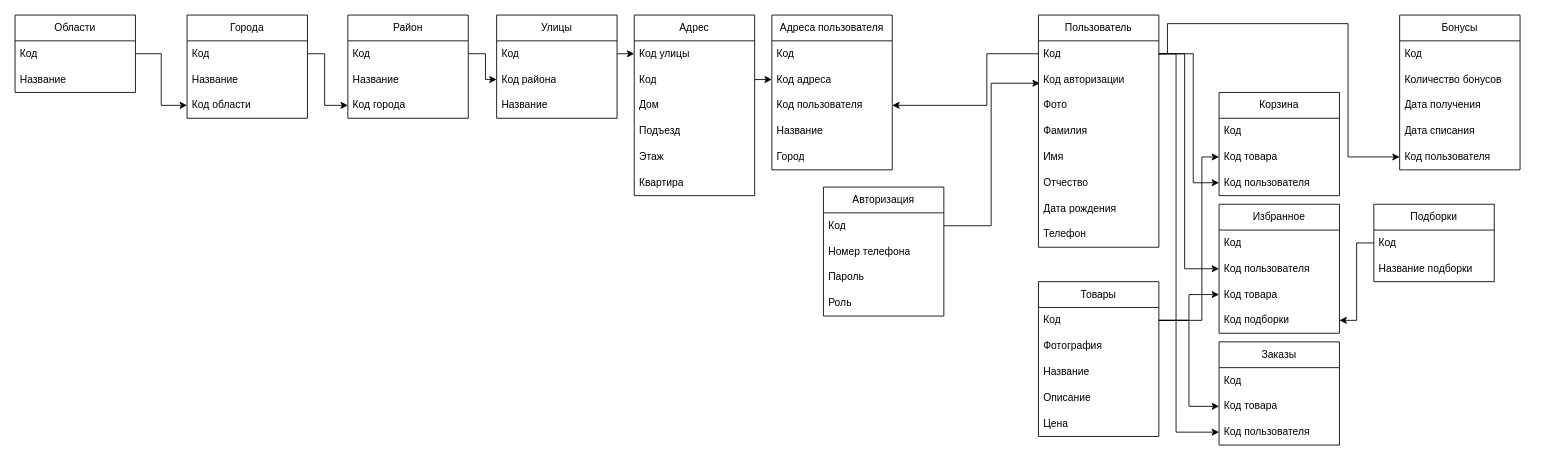
Anasikus/FlowersLife keeps this draw.io diagram as Documents/SchemaBD.drawio. Above is the earlier version. Source tidied: cells renumbered, new cells numbered last; positions are measured from the earlier drawing's top-left corner, leaving out a move shared by most shapes. Both pictures are drawn from the tidied source at 86%, with x=0, y=0 at pixel (15, 15).
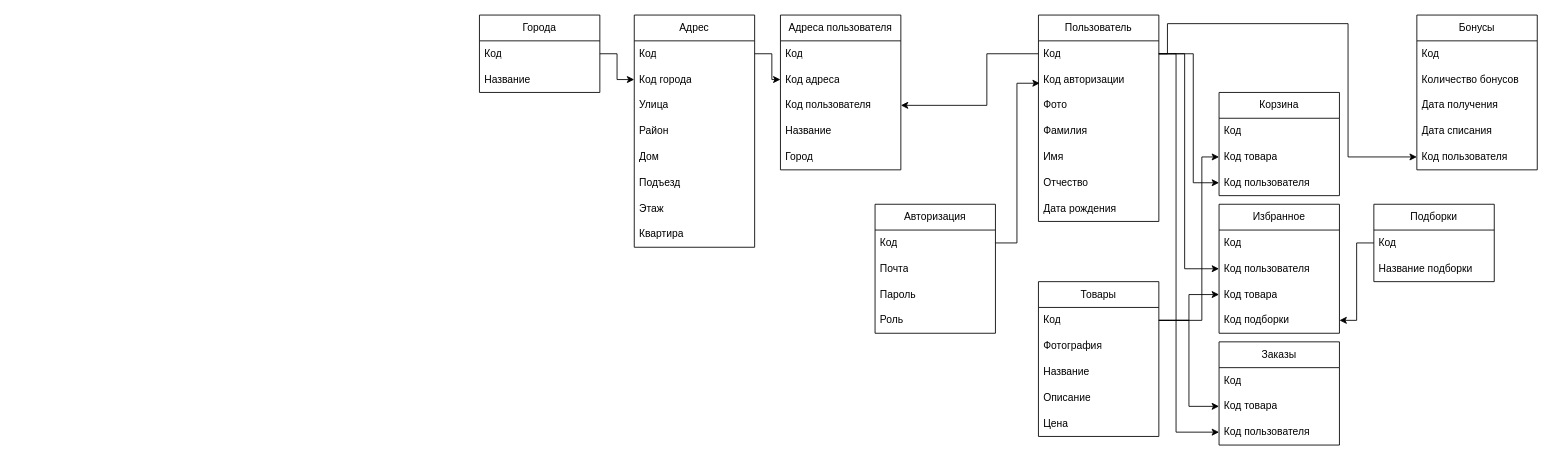
The same diagram, later.

The change refers to these unchanged cells:
```xml
<mxCell id="51" value="Код" style="text;strokeColor=none;fillColor=none;align=left;verticalAlign=middle;spacingLeft=4;spacingRight=4;overflow=hidden;points=[[0,0.5],[1,0.5]];portConstraint=eastwest;whiteSpace=wrap;html=1;" parent="50" vertex="1">
  <mxGeometry y="30" width="140" height="30" as="geometry" />
</mxCell>
```

Diff of the diagram source:
```diff
@@
     <mxCell id="2" value="Авторизация" style="swimlane;fontStyle=0;horizontal=1;startSize=30;whiteSpace=wrap;html=1;" parent="1" vertex="1">
-      <mxGeometry x="940" y="200" width="140" height="150" as="geometry" />
+      <mxGeometry x="1000" y="220" width="140" height="150" as="geometry" />
     </mxCell>
@@
-    <mxCell id="4" value="Номер телефона" style="text;strokeColor=none;fillColor=none;align=left;verticalAlign=middle;spacingLeft=4;spacingRight=4;overflow=hidden;whiteSpace=wrap;html=1;" parent="2" vertex="1">
+    <mxCell id="4" value="Почта" style="text;strokeColor=none;fillColor=none;align=left;verticalAlign=middle;spacingLeft=4;spacingRight=4;overflow=hidden;whiteSpace=wrap;html=1;" parent="2" vertex="1">
       <mxGeometry y="60" width="140" height="30" as="geometry" />
     </mxCell>
@@
     <mxCell id="7" value="Пользователь" style="swimlane;fontStyle=0;horizontal=1;startSize=30;whiteSpace=wrap;html=1;" parent="1" vertex="1">
-      <mxGeometry x="1190" width="140" height="270" as="geometry" />
+      <mxGeometry x="1190" width="140" height="240" as="geometry" />
     </mxCell>
@@
-    <mxCell id="15" value="Телефон" style="text;strokeColor=none;fillColor=none;align=left;verticalAlign=middle;spacingLeft=4;spacingRight=4;overflow=hidden;whiteSpace=wrap;html=1;" parent="7" vertex="1">
-      <mxGeometry y="240" width="140" height="30" as="geometry" />
-    </mxCell>
@@
     <mxCell id="20" value="Адреса пользователя" style="swimlane;fontStyle=0;horizontal=1;startSize=30;whiteSpace=wrap;html=1;" parent="1" vertex="1">
-      <mxGeometry x="880" width="140" height="180" as="geometry" />
+      <mxGeometry x="890" width="140" height="180" as="geometry" />
     </mxCell>
@@
-    <mxCell id="47" value="Области" style="swimlane;fontStyle=0;horizontal=1;startSize=30;whiteSpace=wrap;html=1;" parent="1" vertex="1">
-      <mxGeometry width="140" height="90" as="geometry" />
-    </mxCell>
-    <mxCell id="48" value="Код" style="text;strokeColor=none;fillColor=none;align=left;verticalAlign=middle;spacingLeft=4;spacingRight=4;overflow=hidden;points=[[0,0.5],[1,0.5]];portConstraint=eastwest;whiteSpace=wrap;html=1;" parent="47" vertex="1">
-      <mxGeometry y="30" width="140" height="30" as="geometry" />
-    </mxCell>
-    <mxCell id="49" value="Название" style="text;strokeColor=none;fillColor=none;align=left;verticalAlign=middle;spacingLeft=4;spacingRight=4;overflow=hidden;whiteSpace=wrap;html=1;" parent="47" vertex="1">
-      <mxGeometry y="60" width="140" height="30" as="geometry" />
-    </mxCell>
     <mxCell id="50" value="Города" style="swimlane;fontStyle=0;horizontal=1;startSize=30;whiteSpace=wrap;html=1;" parent="1" vertex="1">
-      <mxGeometry x="200" width="140" height="120" as="geometry" />
+      <mxGeometry x="540" width="140" height="90" as="geometry" />
     </mxCell>
@@
-    <mxCell id="53" value="Код области" style="text;strokeColor=none;fillColor=none;align=left;verticalAlign=middle;spacingLeft=4;spacingRight=4;overflow=hidden;points=[[0,0.5],[1,0.5]];portConstraint=eastwest;whiteSpace=wrap;html=1;" parent="50" vertex="1">
-      <mxGeometry y="90" width="140" height="30" as="geometry" />
-    </mxCell>
+    <mxCell id="62" value="Адрес" style="swimlane;fontStyle=0;horizontal=1;startSize=30;whiteSpace=wrap;html=1;" parent="1" vertex="1">
+      <mxGeometry x="720" width="140" height="270" as="geometry" />
+    </mxCell>
+    <mxCell id="64" value="Код" style="text;strokeColor=none;fillColor=none;align=left;verticalAlign=middle;spacingLeft=4;spacingRight=4;overflow=hidden;points=[[0,0.5],[1,0.5]];portConstraint=eastwest;whiteSpace=wrap;html=1;" parent="62" vertex="1">
+      <mxGeometry y="30" width="140" height="30" as="geometry" />
+    </mxCell>
+    <mxCell id="57" value="Код города" style="text;strokeColor=none;fillColor=none;align=left;verticalAlign=middle;spacingLeft=4;spacingRight=4;overflow=hidden;points=[[0,0.5],[1,0.5]];portConstraint=eastwest;whiteSpace=wrap;html=1;" parent="62" vertex="1">
+      <mxGeometry y="60" width="140" height="30" as="geometry" />
+    </mxCell>
+    <mxCell id="87" value="Улица" style="text;strokeColor=none;fillColor=none;align=left;verticalAlign=middle;spacingLeft=4;spacingRight=4;overflow=hidden;whiteSpace=wrap;html=1;" parent="62" vertex="1">
+      <mxGeometry y="90" width="140" height="30" as="geometry" />
+    </mxCell>
-    <mxCell id="54" value="Район" style="swimlane;fontStyle=0;horizontal=1;startSize=30;whiteSpace=wrap;html=1;" parent="1" vertex="1">
-      <mxGeometry x="387" width="140" height="120" as="geometry" />
+    <mxCell id="54" value="Район" style="text;strokeColor=none;fillColor=none;align=left;verticalAlign=middle;spacingLeft=4;spacingRight=4;overflow=hidden;whiteSpace=wrap;html=1;" parent="62" vertex="1">
+      <mxGeometry y="120" width="140" height="30" as="geometry" />
     </mxCell>
-    <mxCell id="55" value="Код" style="text;strokeColor=none;fillColor=none;align=left;verticalAlign=middle;spacingLeft=4;spacingRight=4;overflow=hidden;points=[[0,0.5],[1,0.5]];portConstraint=eastwest;whiteSpace=wrap;html=1;" parent="54" vertex="1">
-      <mxGeometry y="30" width="140" height="30" as="geometry" />
-    </mxCell>
-    <mxCell id="56" value="Название" style="text;strokeColor=none;fillColor=none;align=left;verticalAlign=middle;spacingLeft=4;spacingRight=4;overflow=hidden;whiteSpace=wrap;html=1;" parent="54" vertex="1">
-      <mxGeometry y="60" width="140" height="30" as="geometry" />
-    </mxCell>
-    <mxCell id="57" value="Код города" style="text;strokeColor=none;fillColor=none;align=left;verticalAlign=middle;spacingLeft=4;spacingRight=4;overflow=hidden;points=[[0,0.5],[1,0.5]];portConstraint=eastwest;whiteSpace=wrap;html=1;" parent="54" vertex="1">
-      <mxGeometry y="90" width="140" height="30" as="geometry" />
-    </mxCell>
-    <mxCell id="58" value="Улицы" style="swimlane;fontStyle=0;horizontal=1;startSize=30;whiteSpace=wrap;html=1;" parent="1" vertex="1">
-      <mxGeometry x="560" width="140" height="120" as="geometry" />
-    </mxCell>
-    <mxCell id="59" value="Код" style="text;strokeColor=none;fillColor=none;align=left;verticalAlign=middle;spacingLeft=4;spacingRight=4;overflow=hidden;points=[[0,0.5],[1,0.5]];portConstraint=eastwest;whiteSpace=wrap;html=1;" parent="58" vertex="1">
-      <mxGeometry y="30" width="140" height="30" as="geometry" />
-    </mxCell>
-    <mxCell id="60" value="Код района" style="text;strokeColor=none;fillColor=none;align=left;verticalAlign=middle;spacingLeft=4;spacingRight=4;overflow=hidden;points=[[0,0.5],[1,0.5]];portConstraint=eastwest;whiteSpace=wrap;html=1;" parent="58" vertex="1">
-      <mxGeometry y="60" width="140" height="30" as="geometry" />
-    </mxCell>
-    <mxCell id="61" value="Название" style="text;strokeColor=none;fillColor=none;align=left;verticalAlign=middle;spacingLeft=4;spacingRight=4;overflow=hidden;whiteSpace=wrap;html=1;" parent="58" vertex="1">
-      <mxGeometry y="90" width="140" height="30" as="geometry" />
-    </mxCell>
-    <mxCell id="62" value="Адрес" style="swimlane;fontStyle=0;horizontal=1;startSize=30;whiteSpace=wrap;html=1;" parent="1" vertex="1">
-      <mxGeometry x="720" width="140" height="210" as="geometry" />
-    </mxCell>
-    <mxCell id="63" value="Код улицы" style="text;strokeColor=none;fillColor=none;align=left;verticalAlign=middle;spacingLeft=4;spacingRight=4;overflow=hidden;points=[[0,0.5],[1,0.5]];portConstraint=eastwest;whiteSpace=wrap;html=1;" parent="62" vertex="1">
-      <mxGeometry y="30" width="140" height="30" as="geometry" />
-    </mxCell>
-    <mxCell id="64" value="Код" style="text;strokeColor=none;fillColor=none;align=left;verticalAlign=middle;spacingLeft=4;spacingRight=4;overflow=hidden;points=[[0,0.5],[1,0.5]];portConstraint=eastwest;whiteSpace=wrap;html=1;" parent="62" vertex="1">
-      <mxGeometry y="60" width="140" height="30" as="geometry" />
-    </mxCell>
     <mxCell id="65" value="Дом" style="text;strokeColor=none;fillColor=none;align=left;verticalAlign=middle;spacingLeft=4;spacingRight=4;overflow=hidden;whiteSpace=wrap;html=1;" parent="62" vertex="1">
-      <mxGeometry y="90" width="140" height="30" as="geometry" />
+      <mxGeometry y="150" width="140" height="30" as="geometry" />
     </mxCell>
     <mxCell id="66" value="Подъезд" style="text;strokeColor=none;fillColor=none;align=left;verticalAlign=middle;spacingLeft=4;spacingRight=4;overflow=hidden;whiteSpace=wrap;html=1;" parent="62" vertex="1">
-      <mxGeometry y="120" width="140" height="30" as="geometry" />
+      <mxGeometry y="180" width="140" height="30" as="geometry" />
     </mxCell>
     <mxCell id="67" value="Этаж" style="text;strokeColor=none;fillColor=none;align=left;verticalAlign=middle;spacingLeft=4;spacingRight=4;overflow=hidden;whiteSpace=wrap;html=1;" parent="62" vertex="1">
-      <mxGeometry y="150" width="140" height="30" as="geometry" />
+      <mxGeometry y="210" width="140" height="30" as="geometry" />
     </mxCell>
     <mxCell id="68" value="Квартира" style="text;strokeColor=none;fillColor=none;align=left;verticalAlign=middle;spacingLeft=4;spacingRight=4;overflow=hidden;whiteSpace=wrap;html=1;" parent="62" vertex="1">
-      <mxGeometry y="180" width="140" height="30" as="geometry" />
+      <mxGeometry y="240" width="140" height="30" as="geometry" />
     </mxCell>
-    <mxCell id="69" style="edgeStyle=orthogonalEdgeStyle;rounded=0;jettySize=auto;html=1;exitX=1;exitY=0.5;exitDx=0;exitDy=0;entryX=0;entryY=0.5;entryDx=0;entryDy=0;" parent="1" edge="1" source="48" target="53">
-      <mxGeometry relative="1" as="geometry" />
-    </mxCell>
-    <mxCell id="70" style="edgeStyle=orthogonalEdgeStyle;rounded=0;jettySize=auto;html=1;exitX=1;exitY=0.5;exitDx=0;exitDy=0;entryX=0;entryY=0.5;entryDx=0;entryDy=0;" parent="1" edge="1" source="51" target="57">
-      <mxGeometry relative="1" as="geometry">
-        <Array as="points">
-          <mxPoint x="360" y="45" />
-          <mxPoint x="360" y="105" />
-        </Array>
-      </mxGeometry>
-    </mxCell>
-    <mxCell id="71" style="edgeStyle=orthogonalEdgeStyle;rounded=0;jettySize=auto;html=1;exitX=1;exitY=0.5;exitDx=0;exitDy=0;entryX=0;entryY=0.5;entryDx=0;entryDy=0;" parent="1" edge="1" source="55" target="60">
-      <mxGeometry relative="1" as="geometry" />
-    </mxCell>
-    <mxCell id="72" style="edgeStyle=orthogonalEdgeStyle;rounded=0;jettySize=auto;html=1;exitX=1;exitY=0.5;exitDx=0;exitDy=0;entryX=0;entryY=0.5;entryDx=0;entryDy=0;" parent="1" edge="1" source="59" target="63">
-      <mxGeometry relative="1" as="geometry" />
-    </mxCell>
@@
     <mxCell id="79" value="Бонусы" style="swimlane;fontStyle=0;horizontal=1;startSize=30;whiteSpace=wrap;html=1;" parent="1" vertex="1">
-      <mxGeometry x="1610" width="140" height="180" as="geometry" />
+      <mxGeometry x="1630" width="140" height="180" as="geometry" />
     </mxCell>
@@
+    <mxCell id="70" style="edgeStyle=orthogonalEdgeStyle;rounded=0;jettySize=auto;html=1;exitX=1;exitY=0.5;exitDx=0;exitDy=0;entryX=0;entryY=0.5;entryDx=0;entryDy=0;" parent="1" edge="1" source="51" target="57">
+      <mxGeometry relative="1" as="geometry" />
+    </mxCell>
```
